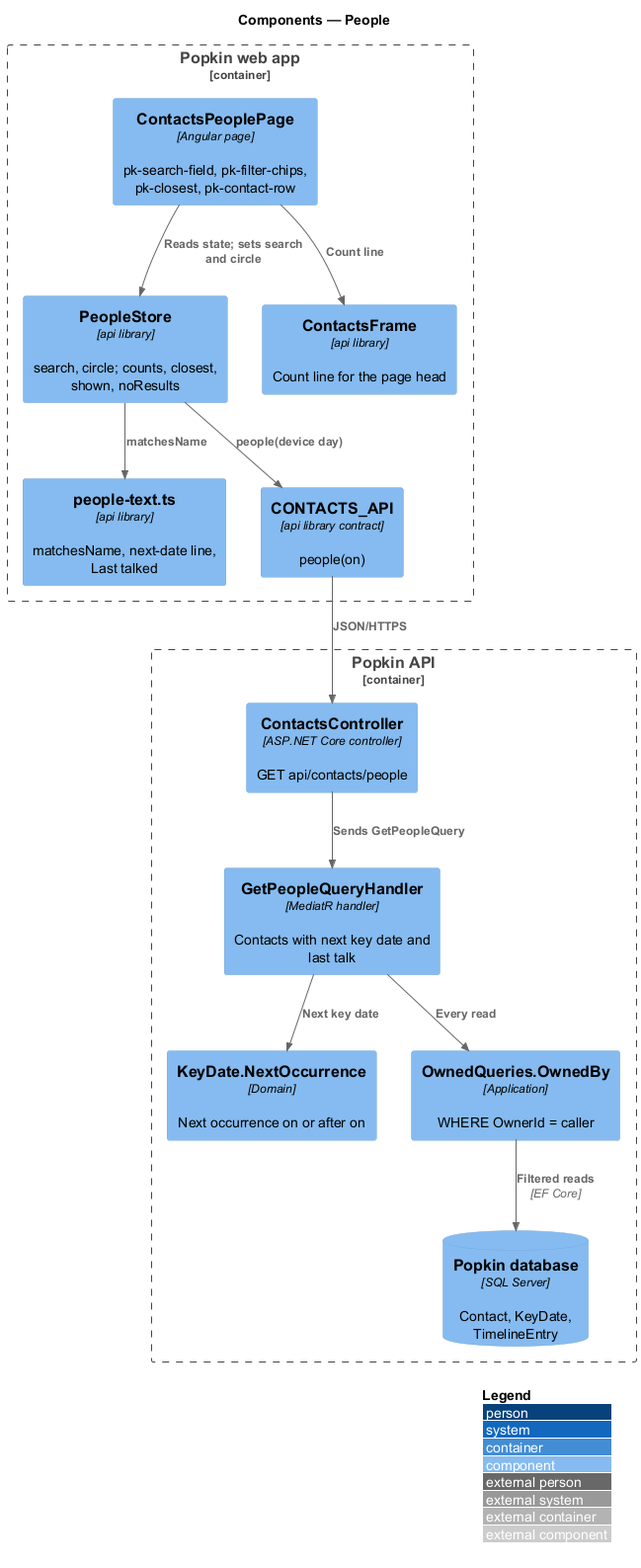
This is docs/detailed-designs/contacts/people/diagrams/c4-component.png from QuinntyneBrown/popkin, a PlantUML export, as it was before one commit. Source of this version:
```plantuml
@startuml
!include <C4/C4_Component>
LAYOUT_WITH_LEGEND()
title Components — People

Container_Boundary(web, "Popkin web app") {
  Component(page, "ContactsPeoplePage", "Angular page", "pk-search-field, pk-filter-chips, pk-closest, pk-contact-row")
  Component(store, "PeopleStore", "api library", "search, circle; counts, closest, shown, noResults")
  Component(text, "people-text.ts", "api library", "matchesName, next-date line, Last talked")
  Component(frame, "ContactsFrame", "api library", "Count line for the page head")
  Component(client, "CONTACTS_API", "api library contract", "people(on)")
}
Container_Boundary(api, "Popkin API") {
  Component(ctrl, "ContactsController", "ASP.NET Core controller", "GET api/contacts/people")
  Component(handler, "GetPeopleQueryHandler", "MediatR handler", "Contacts with next key date and last talk")
  Component(occ, "KeyDate.NextOccurrence", "Domain", "Next occurrence on or after on")
  Component(owned, "OwnedQueries.OwnedBy", "Application", "WHERE OwnerId = caller")
  ComponentDb(db, "Popkin database", "SQL Server", "Contact, KeyDate, TimelineEntry")
}
Rel(page, store, "Reads state; sets search and circle")
Rel(page, frame, "Count line")
Rel(store, text, "matchesName")
Rel(store, client, "people(device day)")
Rel(client, ctrl, "JSON/HTTPS")
Rel(ctrl, handler, "Sends GetPeopleQuery")
Rel(handler, owned, "Every read")
Rel(handler, occ, "Next key date")
Rel(owned, db, "Filtered reads", "EF Core")
@enduml
```
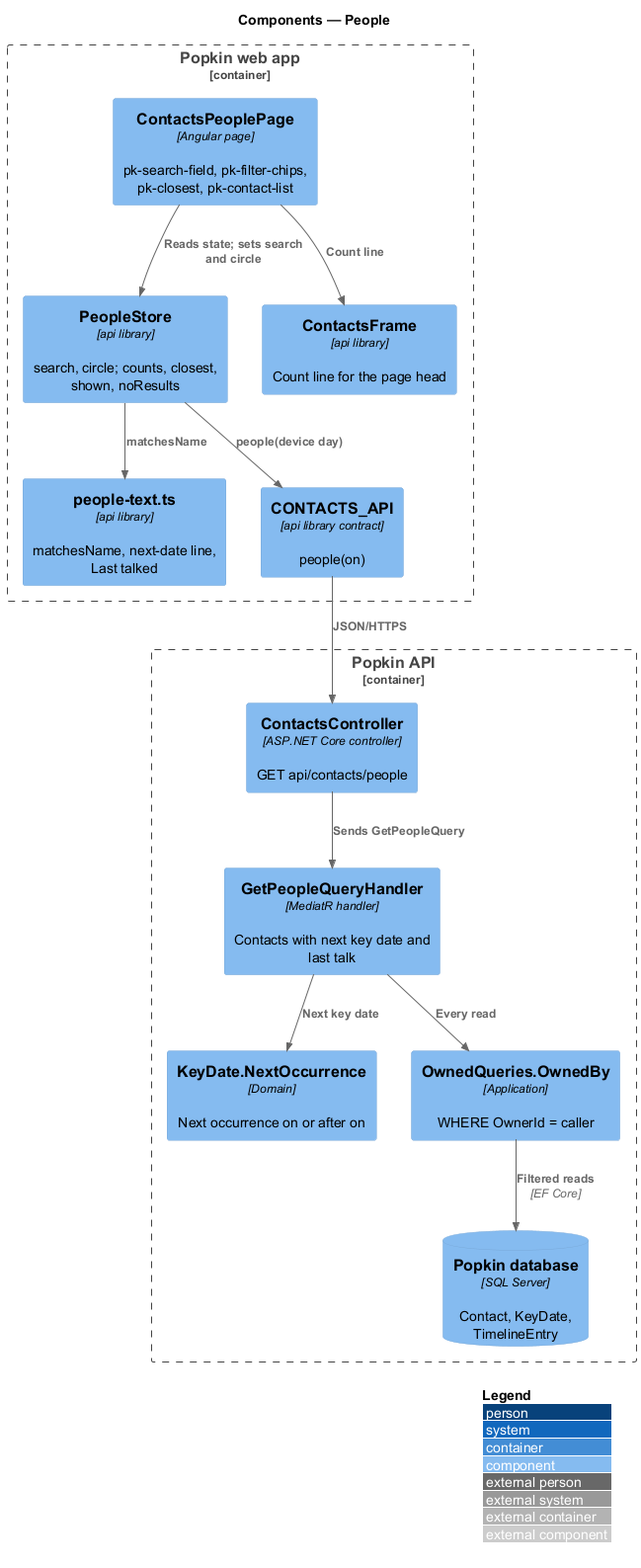
The same diagram one commit later.

Diff of the diagram source:
```diff
@@ -4,7 +4,7 @@
 title Components — People
 
 Container_Boundary(web, "Popkin web app") {
-  Component(page, "ContactsPeoplePage", "Angular page", "pk-search-field, pk-filter-chips, pk-closest, pk-contact-row")
+  Component(page, "ContactsPeoplePage", "Angular page", "pk-search-field, pk-filter-chips, pk-closest, pk-contact-list")
   Component(store, "PeopleStore", "api library", "search, circle; counts, closest, shown, noResults")
   Component(text, "people-text.ts", "api library", "matchesName, next-date line, Last talked")
   Component(frame, "ContactsFrame", "api library", "Count line for the page head")
```
